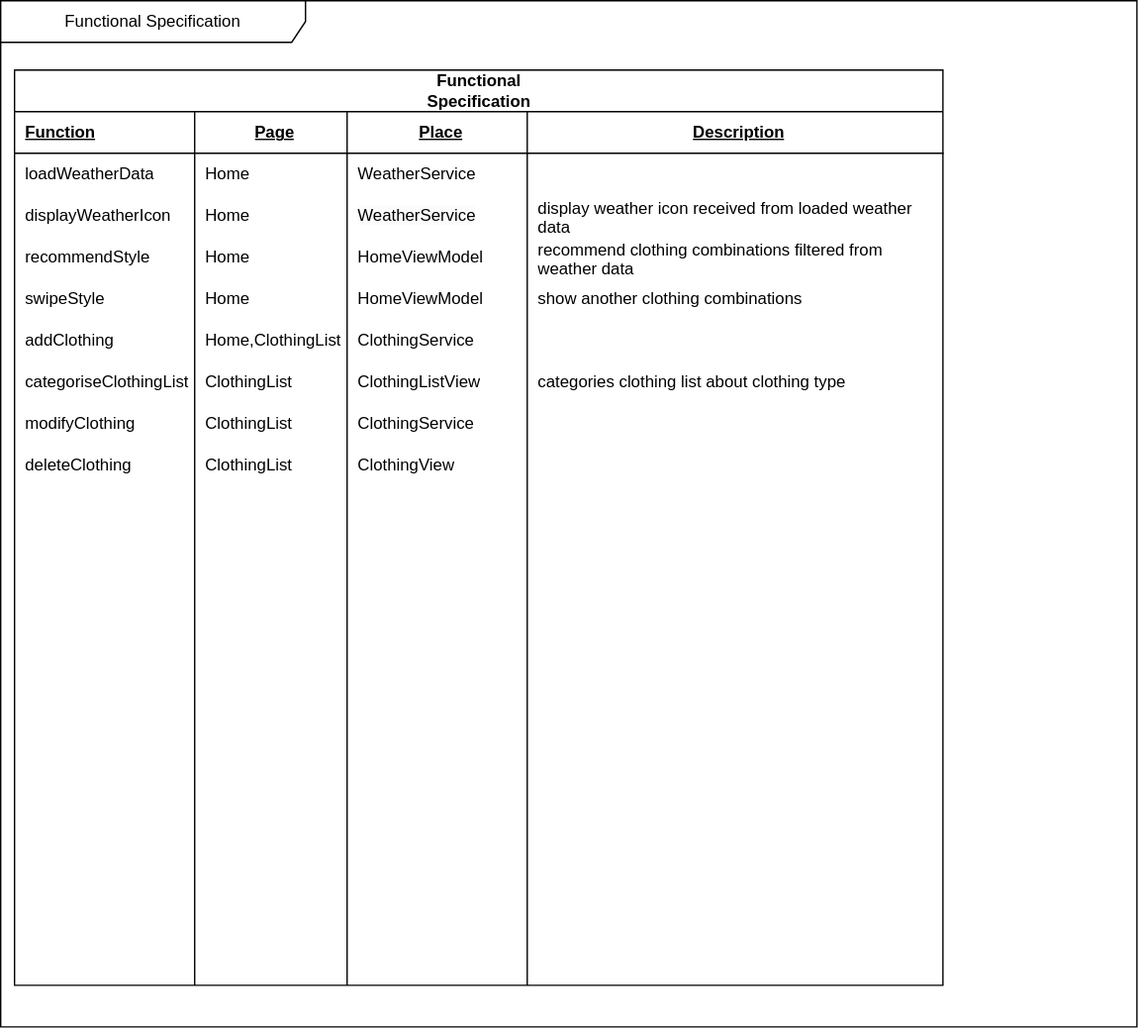
Earlier version of the draw.io export Document/FunctionalSpecification.svg (cjungwo/Weadinator). Source tidied: cells renumbered, new cells last; positions are measured from the earlier drawing's top-left corner, leaving out a move shared by most shapes.
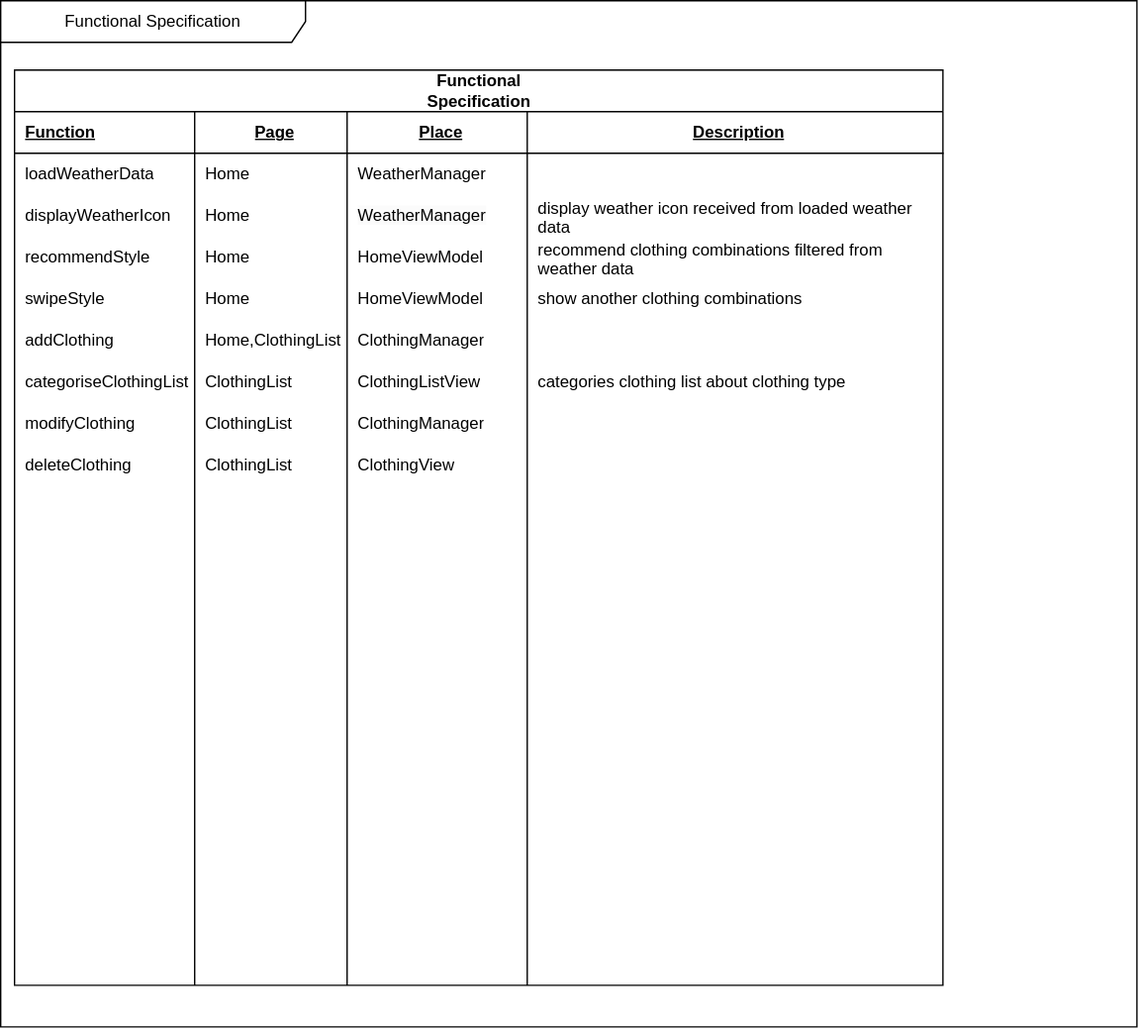
After the commit.

Commit message:
#3 - Update to change Service to Manager in FunctionalSpecification

The edit, as a diff of the source:
```diff
@@ -32,7 +32,7 @@
     <mxCell id="11" value="Home" style="shape=partialRectangle;fillColor=none;top=0;left=0;bottom=0;right=0;align=left;spacingLeft=6;overflow=hidden;whiteSpace=wrap;html=1;" parent="9" vertex="1">
       <mxGeometry x="130" width="110" height="30" as="geometry" />
     </mxCell>
-    <mxCell id="12" value="WeatherService" style="shape=partialRectangle;fillColor=none;top=0;left=0;bottom=0;right=0;align=left;spacingLeft=6;overflow=hidden;whiteSpace=wrap;html=1;" parent="9" vertex="1">
+    <mxCell id="12" value="WeatherManager" style="shape=partialRectangle;fillColor=none;top=0;left=0;bottom=0;right=0;align=left;spacingLeft=6;overflow=hidden;whiteSpace=wrap;html=1;" parent="9" vertex="1">
       <mxGeometry x="240" width="130" height="30" as="geometry" />
     </mxCell>
     <mxCell id="13" style="shape=partialRectangle;fillColor=none;top=0;left=0;bottom=0;right=0;align=left;spacingLeft=6;overflow=hidden;whiteSpace=wrap;html=1;" parent="9" vertex="1">
@@ -47,7 +47,7 @@
     <mxCell id="16" value="Home" style="shape=partialRectangle;fillColor=none;top=0;left=0;bottom=0;right=0;align=left;spacingLeft=6;overflow=hidden;whiteSpace=wrap;html=1;" parent="14" vertex="1">
       <mxGeometry x="130" width="110" height="30" as="geometry" />
     </mxCell>
-    <mxCell id="17" value="&lt;span style=&quot;caret-color: rgb(0, 0, 0); color: rgb(0, 0, 0); font-family: Helvetica; font-size: 12px; font-style: normal; font-variant-caps: normal; font-weight: 400; letter-spacing: normal; orphans: auto; text-align: left; text-indent: 0px; text-transform: none; white-space: normal; widows: auto; word-spacing: 0px; -webkit-text-stroke-width: 0px; background-color: rgb(251, 251, 251); text-decoration: none; display: inline !important; float: none;&quot;&gt;WeatherService&lt;/span&gt;" style="shape=partialRectangle;fillColor=none;top=0;left=0;bottom=0;right=0;align=left;spacingLeft=6;overflow=hidden;whiteSpace=wrap;html=1;" parent="14" vertex="1">
+    <mxCell id="17" value="&lt;span style=&quot;caret-color: rgb(0, 0, 0); color: rgb(0, 0, 0); font-family: Helvetica; font-size: 12px; font-style: normal; font-variant-caps: normal; font-weight: 400; letter-spacing: normal; orphans: auto; text-align: left; text-indent: 0px; text-transform: none; white-space: normal; widows: auto; word-spacing: 0px; -webkit-text-stroke-width: 0px; background-color: rgb(251, 251, 251); text-decoration: none; display: inline !important; float: none;&quot;&gt;WeatherManager&lt;/span&gt;" style="shape=partialRectangle;fillColor=none;top=0;left=0;bottom=0;right=0;align=left;spacingLeft=6;overflow=hidden;whiteSpace=wrap;html=1;" parent="14" vertex="1">
       <mxGeometry x="240" width="130" height="30" as="geometry" />
     </mxCell>
     <mxCell id="18" value="display weather icon received from loaded weather data" style="shape=partialRectangle;fillColor=none;top=0;left=0;bottom=0;right=0;align=left;spacingLeft=6;overflow=hidden;whiteSpace=wrap;html=1;" parent="14" vertex="1">
@@ -92,7 +92,7 @@
     <mxCell id="31" value="Home,ClothingList" style="shape=partialRectangle;fillColor=none;top=0;left=0;bottom=0;right=0;align=left;spacingLeft=6;overflow=hidden;whiteSpace=wrap;html=1;" parent="29" vertex="1">
       <mxGeometry x="130" width="110" height="30" as="geometry" />
     </mxCell>
-    <mxCell id="32" value="ClothingService" style="shape=partialRectangle;fillColor=none;top=0;left=0;bottom=0;right=0;align=left;spacingLeft=6;overflow=hidden;whiteSpace=wrap;html=1;" parent="29" vertex="1">
+    <mxCell id="32" value="ClothingManager" style="shape=partialRectangle;fillColor=none;top=0;left=0;bottom=0;right=0;align=left;spacingLeft=6;overflow=hidden;whiteSpace=wrap;html=1;" parent="29" vertex="1">
       <mxGeometry x="240" width="130" height="30" as="geometry" />
     </mxCell>
     <mxCell id="33" style="shape=partialRectangle;fillColor=none;top=0;left=0;bottom=0;right=0;align=left;spacingLeft=6;overflow=hidden;whiteSpace=wrap;html=1;" parent="29" vertex="1">
@@ -122,7 +122,7 @@
     <mxCell id="41" value="ClothingList" style="shape=partialRectangle;fillColor=none;top=0;left=0;bottom=0;right=0;align=left;spacingLeft=6;overflow=hidden;whiteSpace=wrap;html=1;" parent="39" vertex="1">
       <mxGeometry x="130" width="110" height="30" as="geometry" />
     </mxCell>
-    <mxCell id="42" value="ClothingService" style="shape=partialRectangle;fillColor=none;top=0;left=0;bottom=0;right=0;align=left;spacingLeft=6;overflow=hidden;whiteSpace=wrap;html=1;" parent="39" vertex="1">
+    <mxCell id="42" value="ClothingManager" style="shape=partialRectangle;fillColor=none;top=0;left=0;bottom=0;right=0;align=left;spacingLeft=6;overflow=hidden;whiteSpace=wrap;html=1;" parent="39" vertex="1">
       <mxGeometry x="240" width="130" height="30" as="geometry" />
     </mxCell>
     <mxCell id="43" style="shape=partialRectangle;fillColor=none;top=0;left=0;bottom=0;right=0;align=left;spacingLeft=6;overflow=hidden;whiteSpace=wrap;html=1;" parent="39" vertex="1">
```
